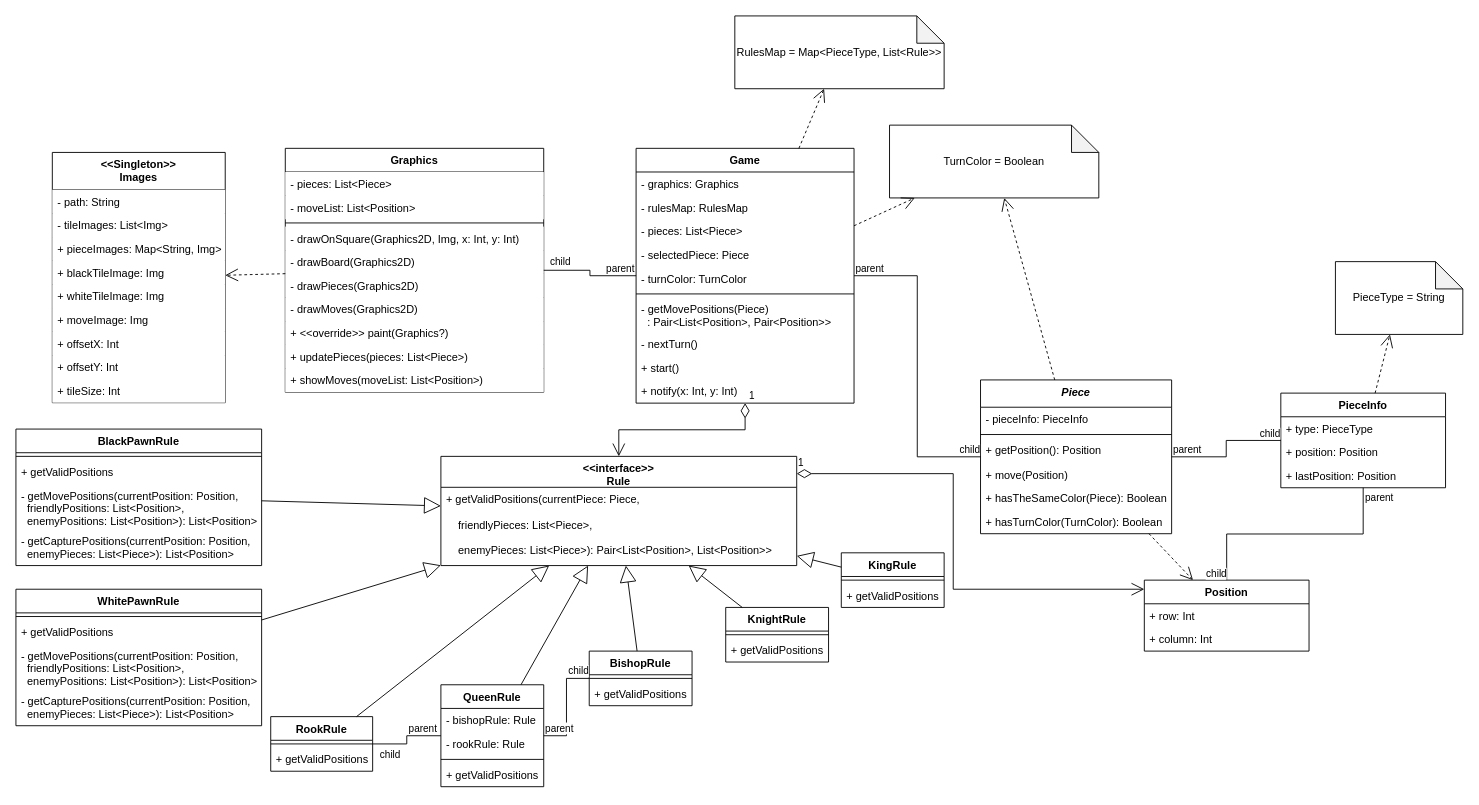
The draw.io diagram class.drawio in invo12/chess, before the edit. Source tidied: cells renumbered, new cells numbered last; positions are measured from the earlier drawing's top-left corner, leaving out a move shared by most shapes. Both pictures are drawn from the tidied source at 91%, with x=0, y=0 at pixel (15, 15).
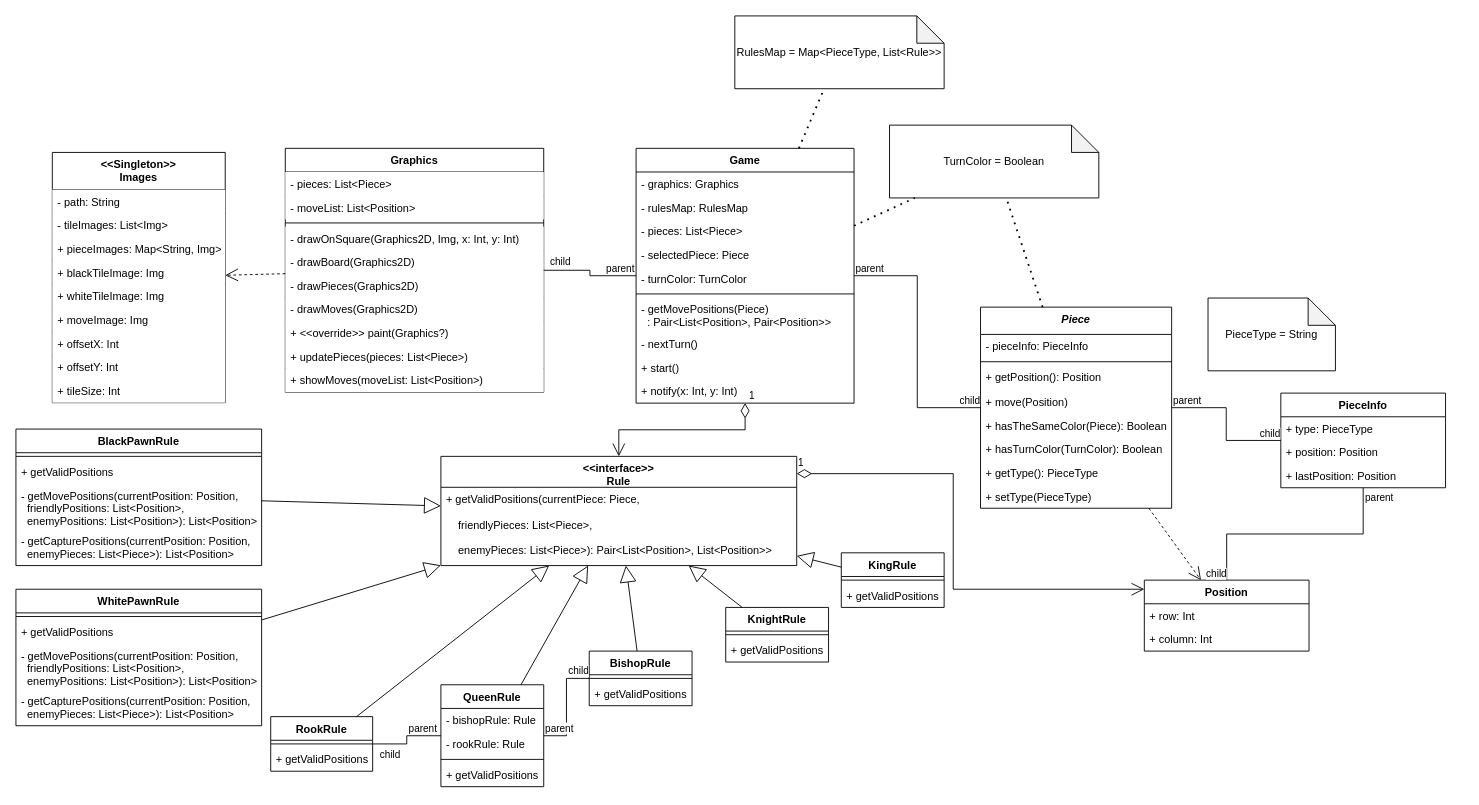
Above is the later version.

The change refers to these unchanged cells:
```xml
<mxCell id="9" value="PieceInfo" style="swimlane;fontStyle=1;align=center;verticalAlign=top;horizontal=1;startSize=26;" parent="1" vertex="1">
  <mxGeometry x="1390" y="414.5" width="181" height="104" as="geometry" />
</mxCell>
<mxCell id="32" value="Game" style="swimlane;fontStyle=1;align=center;verticalAlign=top;horizontal=1;startSize=26;fillColor=default;" parent="1" vertex="1">
  <mxGeometry x="681.5" y="145.5" width="239.5" height="280" as="geometry" />
</mxCell>
<mxCell id="46" value="RulesMap = Map&amp;lt;PieceType, List&amp;lt;Rule&amp;gt;&amp;gt;" style="shape=note;whiteSpace=wrap;html=1;backgroundOutline=1;darkOpacity=0.05;fillColor=default;" parent="1" vertex="1">
  <mxGeometry x="790" width="230" height="80" as="geometry" />
</mxCell>
<mxCell id="110" value="TurnColor = Boolean" style="shape=note;whiteSpace=wrap;html=1;backgroundOutline=1;darkOpacity=0.05;fillColor=default;" parent="1" vertex="1">
  <mxGeometry x="960" y="120" width="230" height="80" as="geometry" />
</mxCell>
```

The edit, as a diff of the source:
```diff
@@
     <mxCell id="2" value="Piece" style="swimlane;fontStyle=3;align=center;verticalAlign=top;horizontal=1;startSize=30;" parent="1" vertex="1">
-      <mxGeometry x="1060" y="400" width="210" height="169" as="geometry" />
+      <mxGeometry x="1060" y="320" width="210" height="221" as="geometry" />
     </mxCell>
@@
+    <mxCell id="113" value="+ getType(): PieceType" style="text;strokeColor=none;fillColor=none;align=left;verticalAlign=top;spacingLeft=4;spacingRight=4;overflow=hidden;fontStyle=0;" parent="2" vertex="1">
+      <mxGeometry y="169" width="210" height="26" as="geometry" />
+    </mxCell>
+    <mxCell id="114" value="+ setType(PieceType)" style="text;strokeColor=none;fillColor=none;align=left;verticalAlign=top;spacingLeft=4;spacingRight=4;overflow=hidden;fontStyle=0;" parent="2" vertex="1">
+      <mxGeometry y="195" width="210" height="26" as="geometry" />
+    </mxCell>
@@
-    <mxCell id="47" style="endArrow=open;endSize=12;dashed=1;html=1;rounded=0;" parent="1" edge="1" source="32" target="46">
-      <mxGeometry relative="1" as="geometry" />
-    </mxCell>
@@
     <mxCell id="56" value="PieceType = String" style="shape=note;whiteSpace=wrap;html=1;backgroundOutline=1;darkOpacity=0.05;fillColor=default;" parent="1" vertex="1">
-      <mxGeometry x="1450" y="270" width="140" height="80" as="geometry" />
+      <mxGeometry x="1310" y="310" width="140" height="80" as="geometry" />
     </mxCell>
-    <mxCell id="57" style="endArrow=open;endSize=12;dashed=1;html=1;rounded=0;" parent="1" edge="1" source="9" target="56">
-      <mxGeometry relative="1" as="geometry" />
-    </mxCell>
@@
+    <mxCell id="112" style="endArrow=none;dashed=1;html=1;dashPattern=1 3;strokeWidth=2;rounded=0;" parent="1" edge="1" source="2" target="110">
+      <mxGeometry relative="1" as="geometry" />
+    </mxCell>
-    <mxCell id="111" style="endArrow=open;endSize=12;dashed=1;html=1;rounded=0;" parent="1" edge="1" source="32" target="110">
+    <mxCell id="111" style="endArrow=none;dashed=1;html=1;dashPattern=1 3;strokeWidth=2;rounded=0;" parent="1" edge="1" source="32" target="110">
       <mxGeometry relative="1" as="geometry" />
     </mxCell>
-    <mxCell id="112" style="endArrow=open;endSize=12;dashed=1;html=1;rounded=0;" parent="1" edge="1" source="2" target="110">
-      <mxGeometry relative="1" as="geometry" />
-    </mxCell>
+    <mxCell id="47" style="endArrow=none;dashed=1;html=1;dashPattern=1 3;strokeWidth=2;rounded=0;" parent="1" edge="1" source="32" target="46">
+      <mxGeometry relative="1" as="geometry" />
+    </mxCell>
```
